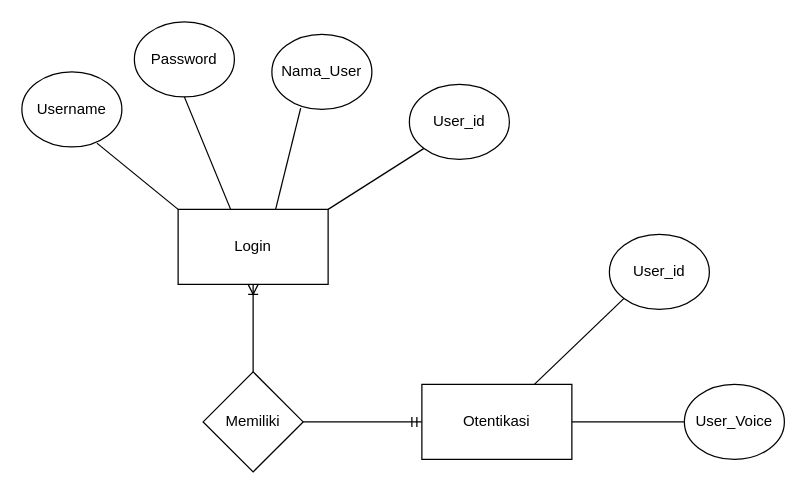
Earlier version of the draw.io diagram ERD.drawio (karageee/Login-system-and-gmm-voice-auth). Source tidied: cells renumbered, new cells numbered last; positions are measured from the earlier drawing's top-left corner, leaving out a move shared by most shapes. Both pictures are drawn from the tidied source at 125%, with x=0, y=0 at pixel (21, 21).
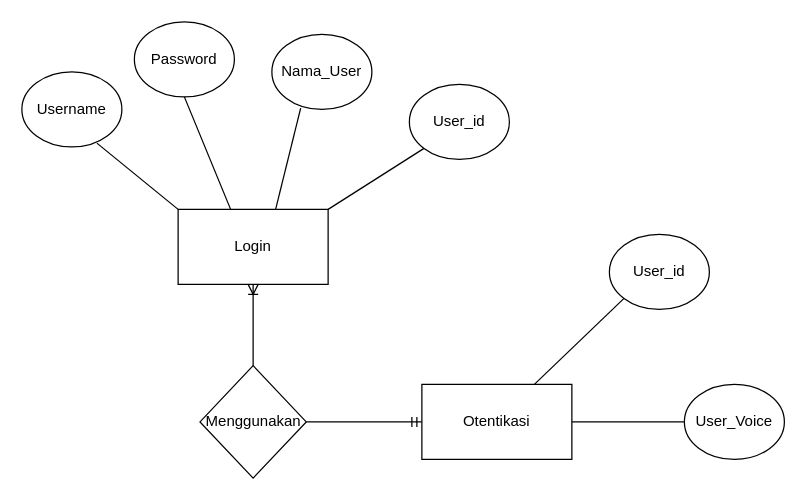
After the change.

Change to the diagram source:
```diff
@@
 <mxGraphModel>
   <root>
     <mxCell id="0" />
     <mxCell id="1" parent="0" />
     <mxCell id="2" style="edgeStyle=orthogonalEdgeStyle;rounded=0;jettySize=auto;html=1;entryX=0.5;entryY=0;entryDx=0;entryDy=0;endArrow=none;endFill=0;startArrow=ERoneToMany;startFill=0;" parent="1" edge="1" source="3" target="10">
       <mxGeometry relative="1" as="geometry" />
     </mxCell>
     <mxCell id="3" value="Login" style="rounded=0;whiteSpace=wrap;html=1;" parent="1" vertex="1">
       <mxGeometry x="125" y="150" width="120" height="60" as="geometry" />
     </mxCell>
     <mxCell id="4" value="Username" style="ellipse;whiteSpace=wrap;html=1;" parent="1" vertex="1">
       <mxGeometry y="40" width="80" height="60" as="geometry" />
     </mxCell>
     <mxCell id="5" style="endArrow=none;html=1;entryX=0.75;entryY=0.95;entryDx=0;entryDy=0;entryPerimeter=0;exitX=0;exitY=0;exitDx=0;exitDy=0;" parent="1" edge="1" source="3" target="4">
       <mxGeometry relative="1" as="geometry" />
     </mxCell>
     <mxCell id="6" value="Password" style="ellipse;whiteSpace=wrap;html=1;" parent="1" vertex="1">
       <mxGeometry x="90" width="80" height="60" as="geometry" />
     </mxCell>
     <mxCell id="7" style="endArrow=none;html=1;entryX=0.5;entryY=1;entryDx=0;entryDy=0;exitX=0.35;exitY=0;exitDx=0;exitDy=0;exitPerimeter=0;" parent="1" edge="1" source="3" target="6">
       <mxGeometry relative="1" as="geometry" />
     </mxCell>
     <mxCell id="8" value="Nama_User" style="ellipse;whiteSpace=wrap;html=1;" parent="1" vertex="1">
       <mxGeometry x="200" y="10" width="80" height="60" as="geometry" />
     </mxCell>
     <mxCell id="9" style="endArrow=none;html=1;entryX=0.288;entryY=0.983;entryDx=0;entryDy=0;entryPerimeter=0;exitX=0.65;exitY=0;exitDx=0;exitDy=0;exitPerimeter=0;" parent="1" edge="1" source="3" target="8">
       <mxGeometry relative="1" as="geometry" />
     </mxCell>
-    <mxCell id="10" value="Memiliki" style="rhombus;whiteSpace=wrap;html=1;" parent="1" vertex="1">
-      <mxGeometry x="145" y="280" width="80" height="80" as="geometry" />
+    <mxCell id="10" value="Menggunakan" style="rhombus;whiteSpace=wrap;html=1;" parent="1" vertex="1">
+      <mxGeometry x="142.5" y="275" width="85" height="90" as="geometry" />
     </mxCell>
     <mxCell id="11" style="edgeStyle=orthogonalEdgeStyle;rounded=0;jettySize=auto;html=1;entryX=1;entryY=0.5;entryDx=0;entryDy=0;startArrow=ERmandOne;startFill=0;endArrow=none;endFill=0;" parent="1" edge="1" source="12" target="10">
       <mxGeometry relative="1" as="geometry" />
     </mxCell>
     <mxCell id="12" value="Otentikasi" style="rounded=0;whiteSpace=wrap;html=1;" parent="1" vertex="1">
       <mxGeometry x="320" y="290" width="120" height="60" as="geometry" />
     </mxCell>
     <mxCell id="13" value="User_id" style="ellipse;whiteSpace=wrap;html=1;" parent="1" vertex="1">
       <mxGeometry x="470" y="170" width="80" height="60" as="geometry" />
     </mxCell>
     <mxCell id="14" style="endArrow=none;html=1;entryX=0;entryY=1;entryDx=0;entryDy=0;exitX=0.75;exitY=0;exitDx=0;exitDy=0;" parent="1" edge="1" source="12" target="13">
       <mxGeometry relative="1" as="geometry" />
     </mxCell>
     <mxCell id="15" value="User_Voice" style="ellipse;whiteSpace=wrap;html=1;" parent="1" vertex="1">
       <mxGeometry x="530" y="290" width="80" height="60" as="geometry" />
     </mxCell>
     <mxCell id="16" style="endArrow=none;html=1;entryX=0;entryY=0.5;entryDx=0;entryDy=0;exitX=1;exitY=0.5;exitDx=0;exitDy=0;" parent="1" edge="1" source="12" target="15">
       <mxGeometry relative="1" as="geometry" />
     </mxCell>
     <mxCell id="17" value="User_id" style="ellipse;whiteSpace=wrap;html=1;" parent="1" vertex="1">
       <mxGeometry x="310" y="50" width="80" height="60" as="geometry" />
     </mxCell>
     <mxCell id="18" style="endArrow=none;html=1;exitX=1;exitY=0;exitDx=0;exitDy=0;entryX=0;entryY=1;entryDx=0;entryDy=0;" parent="1" edge="1" source="3" target="17">
       <mxGeometry relative="1" as="geometry" />
     </mxCell>
   </root>
 </mxGraphModel>
```
